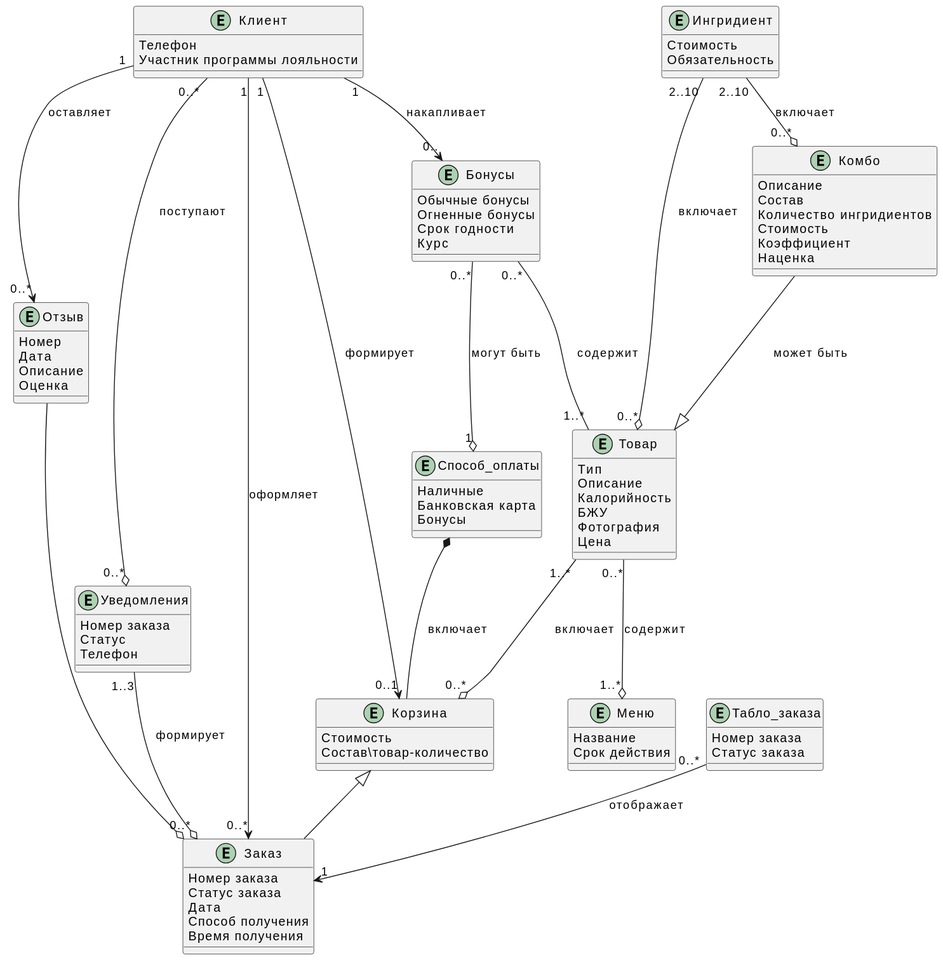
This is docs/diagrams/include/classes.svg from xxx996/OTUS_Restaraunt, a PlantUML export, as it was before one commit.
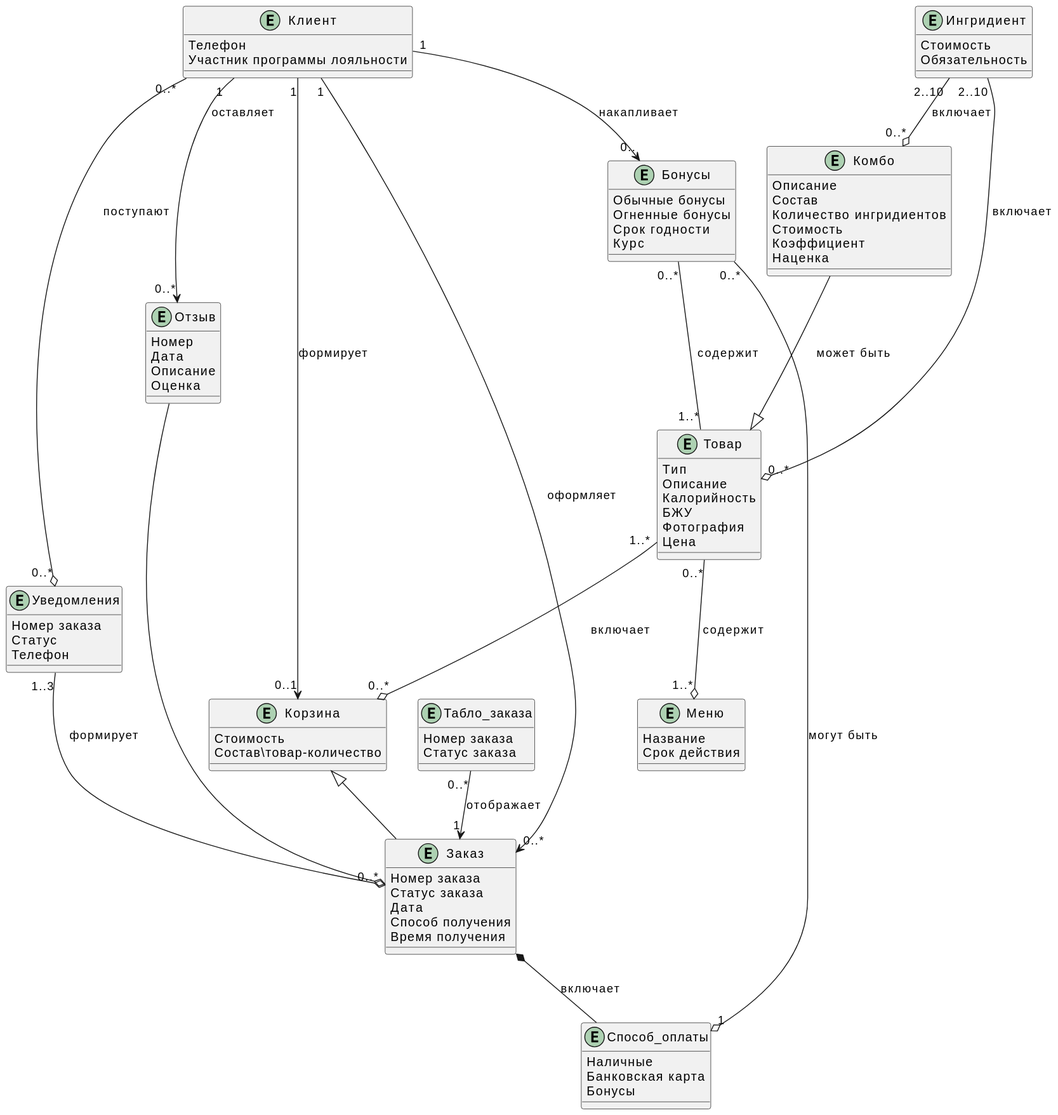
The same file after the commit.

Change to the diagram source:
```diff
@@ -103,7 +103,7 @@
 Ингридиент "2..10" --o "0..*" Товар :включает
 Комбо --^ Товар: может быть
 Корзина ^-- Заказ
-Способ_оплаты *-- Корзина :включает
+Заказ *-- Способ_оплаты :включает
 Бонусы "0..*" --o "1" Способ_оплаты :могут быть
 Бонусы "0..*" -- "1..*" Товар : содержит
 Отзыв --o Заказ
```
